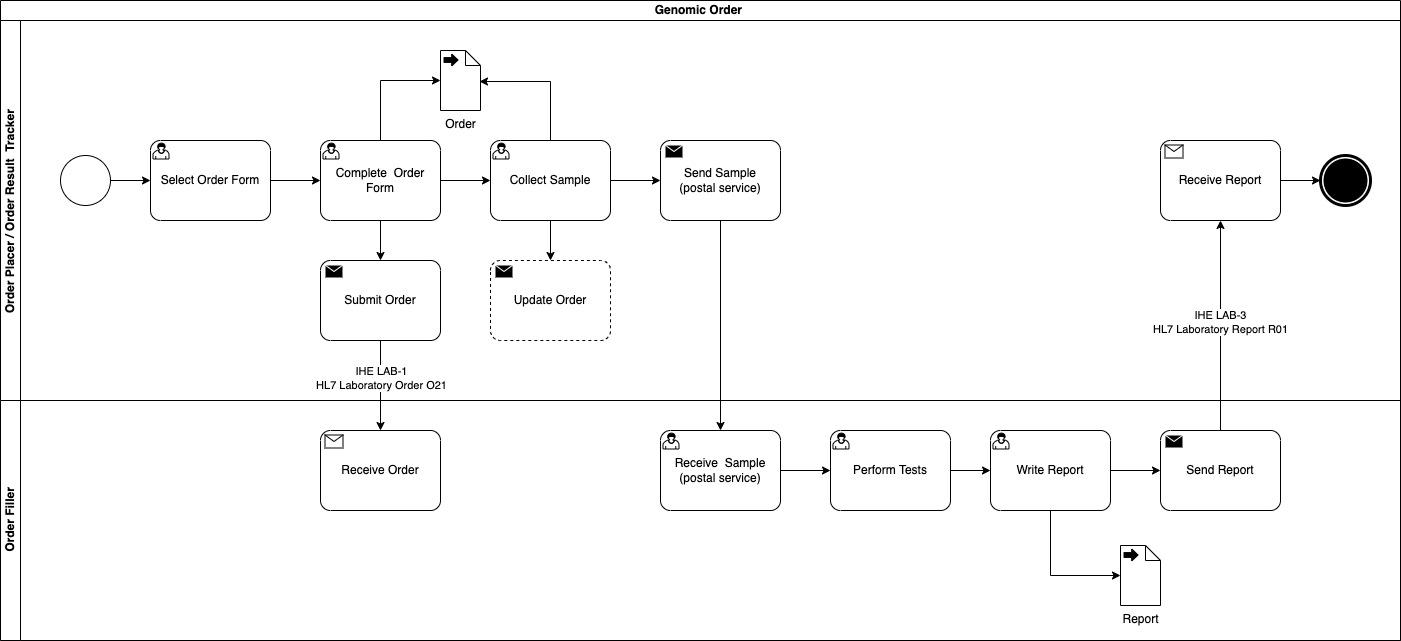
The draw.io diagram input/images/LTW Use Case 1 and 4.drawio.png in nw-gmsa/nw-gmsa.github.com, before a commit. Source tidied: cells renumbered, new cells last; positions are measured from the earlier drawing's top-left corner, leaving out a move shared by most shapes.
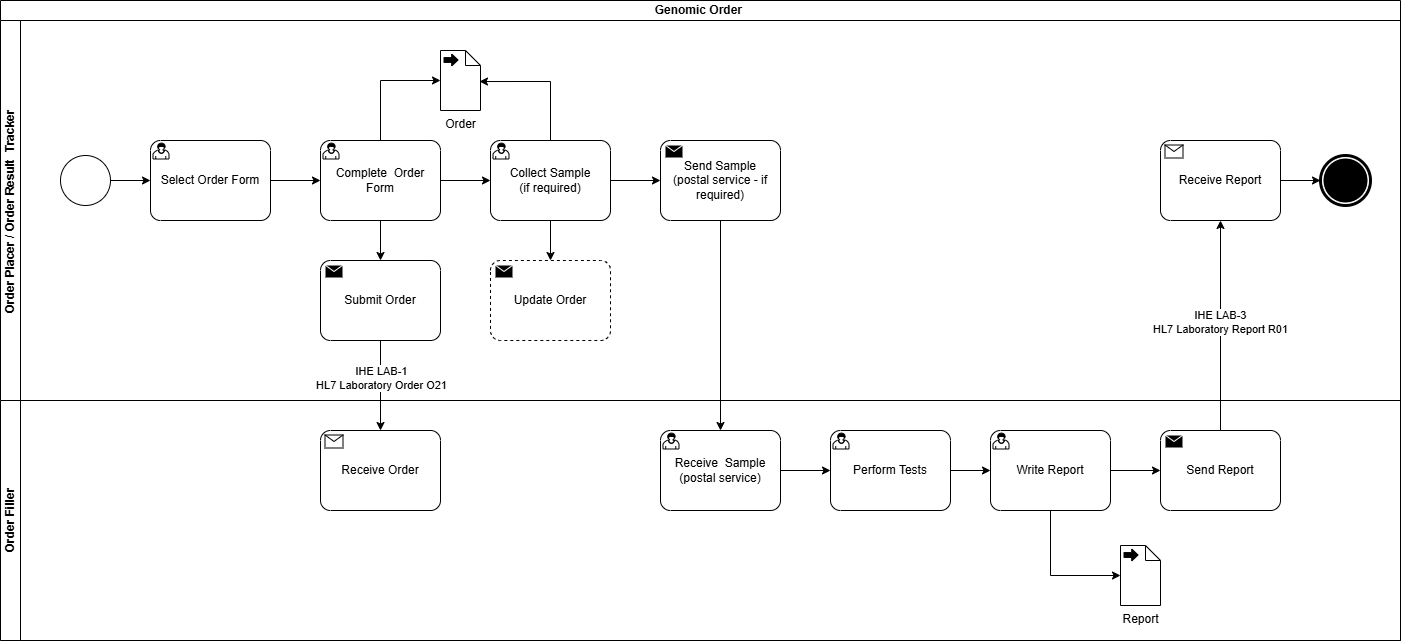
Later version of the same file.

Commit message:
added if required to bpmn diagram

The edit, as a diff of the source:
```diff
@@ -38,7 +38,7 @@
     <mxCell id="13" style="edgeStyle=orthogonalEdgeStyle;rounded=0;jettySize=auto;html=1;entryX=0;entryY=0.5;entryDx=0;entryDy=0;entryPerimeter=0;" parent="3" edge="1" source="9" target="12">
       <mxGeometry relative="1" as="geometry" />
     </mxCell>
-    <mxCell id="14" value="Collect Sample" style="points=[[0.25,0,0],[0.5,0,0],[0.75,0,0],[1,0.25,0],[1,0.5,0],[1,0.75,0],[0.75,1,0],[0.5,1,0],[0.25,1,0],[0,0.75,0],[0,0.5,0],[0,0.25,0]];shape=mxgraph.bpmn.task2;whiteSpace=wrap;rectStyle=rounded;size=10;html=1;taskMarker=user;" parent="3" vertex="1">
+    <mxCell id="14" value="Collect Sample&lt;div&gt;(if required)&lt;/div&gt;" style="points=[[0.25,0,0],[0.5,0,0],[0.75,0,0],[1,0.25,0],[1,0.5,0],[1,0.75,0],[0.75,1,0],[0.5,1,0],[0.25,1,0],[0,0.75,0],[0,0.5,0],[0,0.25,0]];shape=mxgraph.bpmn.task2;whiteSpace=wrap;rectStyle=rounded;size=10;html=1;taskMarker=user;" parent="3" vertex="1">
       <mxGeometry x="490" y="120" width="120" height="80" as="geometry" />
     </mxCell>
     <mxCell id="15" style="edgeStyle=orthogonalEdgeStyle;rounded=0;jettySize=auto;html=1;entryX=0.975;entryY=0.517;entryDx=0;entryDy=0;entryPerimeter=0;" parent="3" edge="1" source="14" target="12">
@@ -54,7 +54,7 @@
     <mxCell id="17" style="edgeStyle=orthogonalEdgeStyle;rounded=0;jettySize=auto;html=1;entryX=0.5;entryY=0;entryDx=0;entryDy=0;entryPerimeter=0;" parent="3" edge="1" source="14" target="16">
       <mxGeometry relative="1" as="geometry" />
     </mxCell>
-    <mxCell id="18" value="Send Sample&lt;br&gt;(postal service)" style="points=[[0.25,0,0],[0.5,0,0],[0.75,0,0],[1,0.25,0],[1,0.5,0],[1,0.75,0],[0.75,1,0],[0.5,1,0],[0.25,1,0],[0,0.75,0],[0,0.5,0],[0,0.25,0]];shape=mxgraph.bpmn.task2;whiteSpace=wrap;rectStyle=rounded;size=10;html=1;taskMarker=send;" parent="3" vertex="1">
+    <mxCell id="18" value="Send Sample&lt;br&gt;(postal service - if required)" style="points=[[0.25,0,0],[0.5,0,0],[0.75,0,0],[1,0.25,0],[1,0.5,0],[1,0.75,0],[0.75,1,0],[0.5,1,0],[0.25,1,0],[0,0.75,0],[0,0.5,0],[0,0.25,0]];shape=mxgraph.bpmn.task2;whiteSpace=wrap;rectStyle=rounded;size=10;html=1;taskMarker=send;" parent="3" vertex="1">
       <mxGeometry x="660" y="120" width="120" height="80" as="geometry" />
     </mxCell>
     <mxCell id="19" style="edgeStyle=orthogonalEdgeStyle;rounded=0;jettySize=auto;html=1;entryX=0;entryY=0.5;entryDx=0;entryDy=0;entryPerimeter=0;" parent="3" edge="1" source="14" target="18">
```
